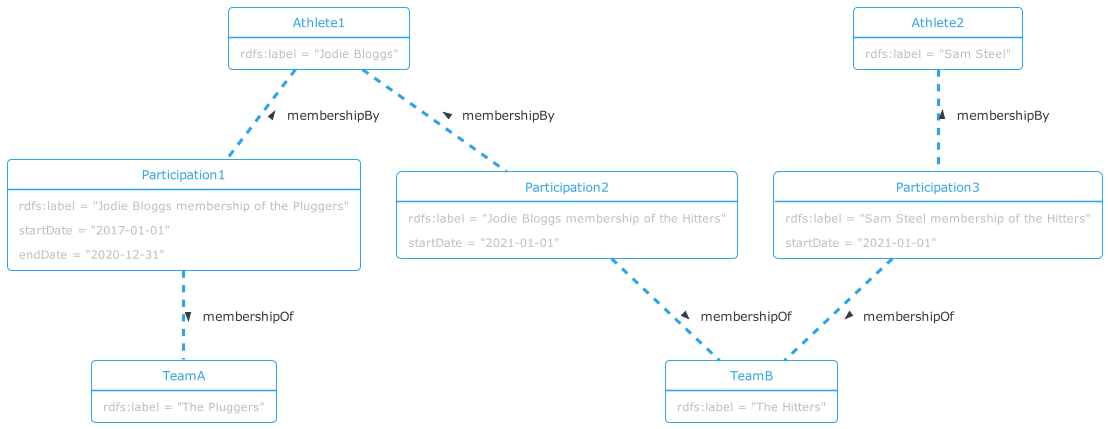
The PlantUML diagram docs/diagrams/athlete-team-participation.png in iptc/sport-schema, before a commit.
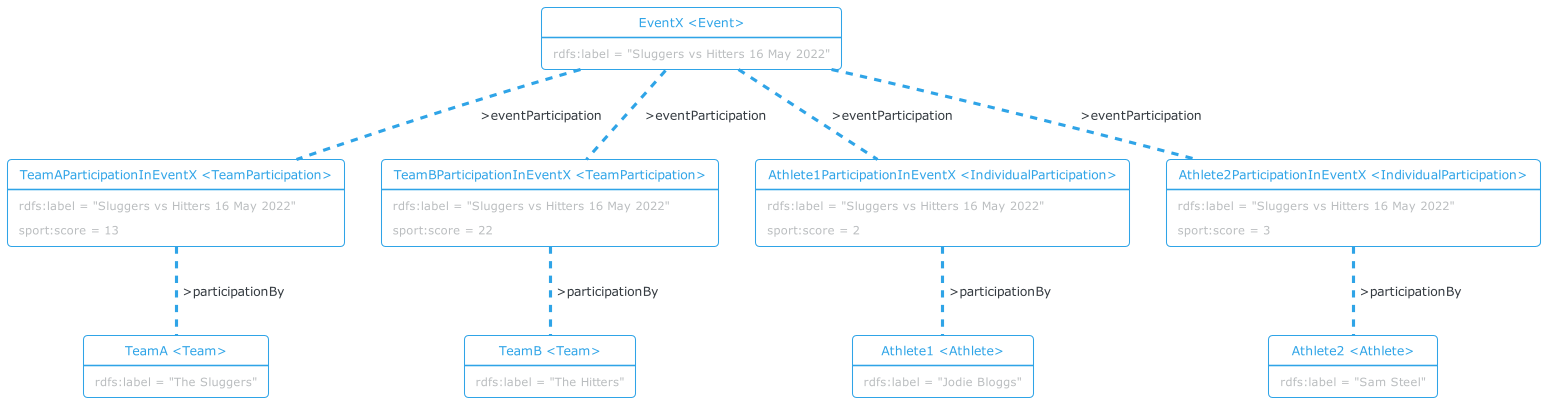
After the commit.

The edit, as a diff of the source:
```diff
@@ -1,42 +1,52 @@
 @startuml
 !theme cerulean-outline
 
-object Athlete1 {
+object "Athlete1 <Athlete>" as Athlete1 {
   rdfs:label = "Jodie Bloggs"
 }
 
-object Participation1 {
-  rdfs:label = "Jodie Bloggs membership of the Pluggers"
-  startDate = "2017-01-01"
-  endDate = "2020-12-31"
-}
-
-object Participation2 {
-  rdfs:label = "Jodie Bloggs membership of the Hitters"
-  startDate = "2021-01-01"
-}
-
-object Athlete2 {
+object "Athlete2 <Athlete>" as Athlete2 {
   rdfs:label = "Sam Steel"
 }
 
-object Participation3 {
-  rdfs:label = "Sam Steel membership of the Hitters"
-  startDate = "2021-01-01"
+object "TeamA <Team>" as TeamA {
+  rdfs:label = "The Sluggers"
 }
 
-object TeamA {
-  rdfs:label = "The Pluggers"
-}
-
-object TeamB {
+object "TeamB <Team>" as TeamB {
   rdfs:label = "The Hitters"
 }
 
-Athlete1 .. Participation1 : < membershipBy
-Participation1 .. TeamA : > membershipOf
-Athlete1 .. Participation2 : < membershipBy
-Participation2 .. TeamB : > membershipOf
-Athlete2 .. Participation3 : < membershipBy
-Participation3 .. TeamB : > membershipOf
+object "EventX <Event>" as EventX {
+  rdfs:label = "Sluggers vs Hitters 16 May 2022"
+}
+
+object "TeamAParticipationInEventX <TeamParticipation>" as TeamAParticipationInEventX {
+  rdfs:label = "Sluggers vs Hitters 16 May 2022"
+  sport:score = 13
+}
+
+object "TeamBParticipationInEventX <TeamParticipation>" as TeamBParticipationInEventX {
+  rdfs:label = "Sluggers vs Hitters 16 May 2022"
+  sport:score = 22
+}
+
+object "Athlete1ParticipationInEventX <IndividualParticipation>" as Athlete1ParticipationInEventX {
+  rdfs:label = "Sluggers vs Hitters 16 May 2022"
+  sport:score = 2
+}
+
+object "Athlete2ParticipationInEventX <IndividualParticipation>" as Athlete2ParticipationInEventX {
+  rdfs:label = "Sluggers vs Hitters 16 May 2022"
+  sport:score = 3
+}
+
+EventX .. TeamAParticipationInEventX : >eventParticipation
+TeamAParticipationInEventX .. TeamA : >participationBy
+EventX .. TeamBParticipationInEventX : >eventParticipation
+TeamBParticipationInEventX .. TeamB : >participationBy
+EventX .. Athlete1ParticipationInEventX : >eventParticipation
+Athlete1ParticipationInEventX .. Athlete1 : >participationBy
+EventX .. Athlete2ParticipationInEventX : >eventParticipation
+Athlete2ParticipationInEventX .. Athlete2 : >participationBy
 @enduml
```
